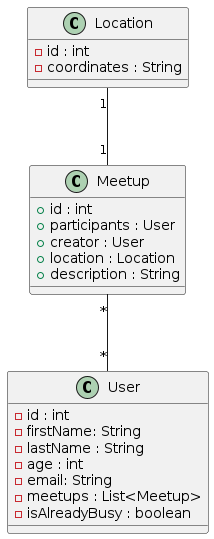
Before: images/diagram-classes.png, a diagram exported from PlantUML (2223-3bhif-syp/02-projekte-mopedmeetup).
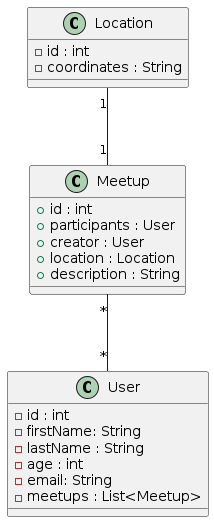
After the change.

Change to the diagram source:
```diff
@@ -6,7 +6,6 @@
     - age : int
     - email: String
     - meetups : List<Meetup>
-    - isAlreadyBusy : boolean
 }
 class Meetup {
     + id : int
```
